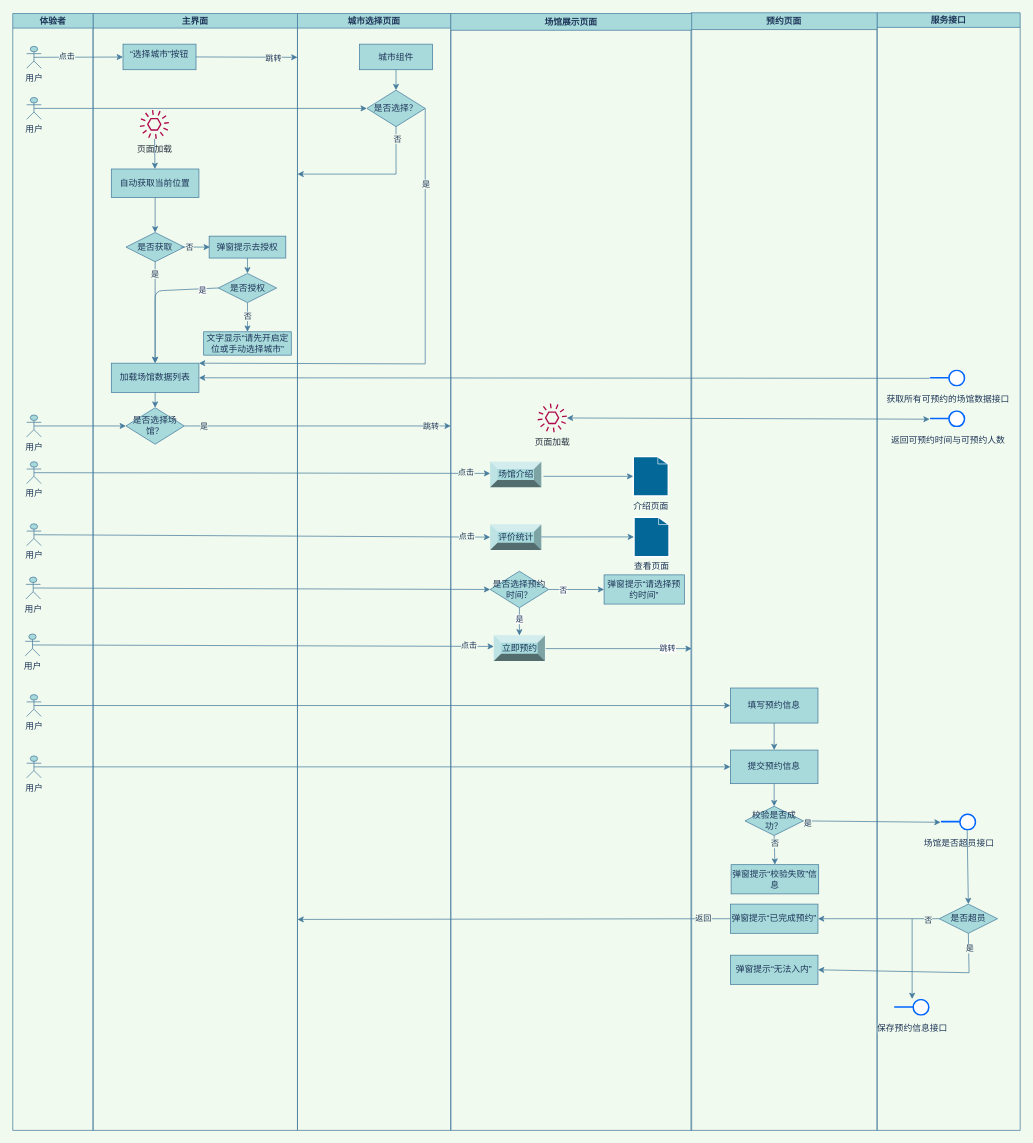
The draw.io diagram page "首页-选择城市-场馆展示-预约流程图" (1 of 9) of Untitled Diagram.drawio in LXX1029/process, before the edit. Source tidied: cells renumbered, new cells numbered last; positions are measured from the earlier drawing's top-left corner, leaving out a move shared by most shapes. Both pictures are drawn from the tidied source at 73%, with x=0, y=0 at pixel (12, 12).
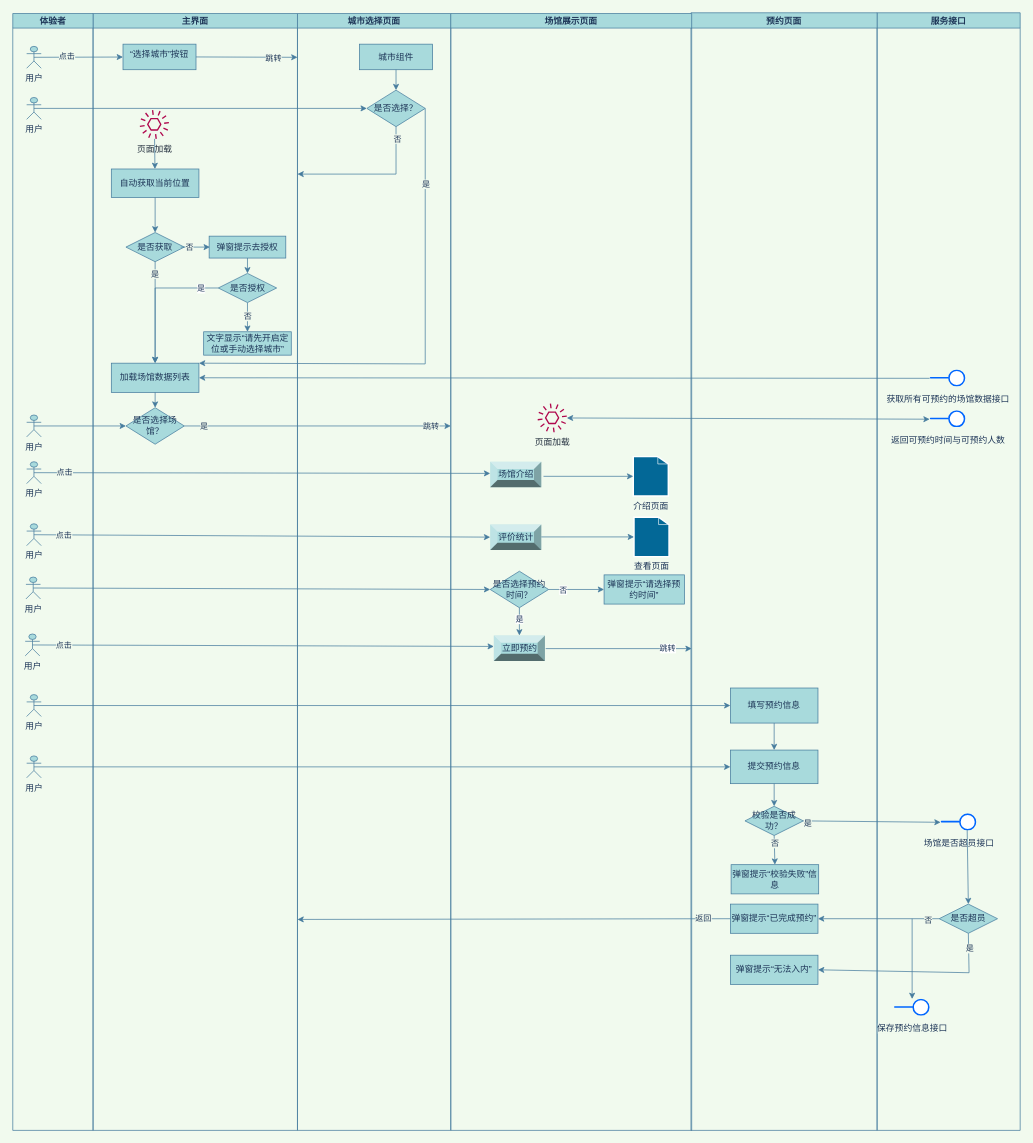
The same diagram, later.

Unchanged cells that the change refers to:
```xml
<mxCell id="42" value="主界面" style="swimlane;startSize=20;fillColor=#A8DADC;strokeColor=#457B9D;fontColor=#1D3557;" parent="1" vertex="1">
  <mxGeometry x="110" y="1" width="280" height="1530" as="geometry" />
</mxCell>
<mxCell id="44" value="加载场馆数据列表" style="rounded=0;whiteSpace=wrap;html=1;sketch=0;fontColor=#1D3557;strokeColor=#457B9D;fillColor=#A8DADC;" parent="42" vertex="1">
  <mxGeometry x="25" y="479" width="120" height="40" as="geometry" />
</mxCell>
<mxCell id="55" value="是否授权" style="rhombus;whiteSpace=wrap;html=1;rounded=0;sketch=0;fontColor=#1D3557;strokeColor=#457B9D;fillColor=#A8DADC;" parent="42" vertex="1">
  <mxGeometry x="171.5" y="356" width="80" height="40" as="geometry" />
</mxCell>
<mxCell id="89" style="endArrow=classic;html=1;rounded=0;exitX=0.5;exitY=0.5;exitDx=0;exitDy=0;exitPerimeter=0;labelBackgroundColor=#F1FAEE;strokeColor=#457B9D;fontColor=#1D3557;entryX=0;entryY=0.457;entryDx=0;entryDy=0;entryPerimeter=0;" parent="1" edge="1" source="70" target="80">
  <mxGeometry relative="1" as="geometry" />
</mxCell>
<mxCell id="93" style="endArrow=classic;html=1;rounded=0;exitX=0.5;exitY=0.5;exitDx=0;exitDy=0;exitPerimeter=0;labelBackgroundColor=#F1FAEE;strokeColor=#457B9D;fontColor=#1D3557;" parent="1" edge="1" source="71" target="81">
  <mxGeometry relative="1" as="geometry" />
</mxCell>
<mxCell id="101" style="endArrow=classic;html=1;rounded=0;exitX=0.5;exitY=0.5;exitDx=0;exitDy=0;exitPerimeter=0;labelBackgroundColor=#F1FAEE;strokeColor=#457B9D;fontColor=#1D3557;entryX=0;entryY=0.429;entryDx=0;entryDy=0;entryPerimeter=0;" parent="1" edge="1" source="100" target="86">
  <mxGeometry relative="1" as="geometry" />
</mxCell>
```

What changed in the source:
```diff
@@
-    <mxCell id="11" value="服务接口" style="swimlane;startSize=20;fillColor=#A8DADC;strokeColor=#457B9D;fontColor=#1D3557;" parent="1" vertex="1">
+    <mxCell id="11" value="服务接口" style="swimlane;startSize=21;fillColor=#A8DADC;strokeColor=#457B9D;fontColor=#1D3557;" parent="1" vertex="1">
       <mxGeometry x="1184" width="196" height="1531" as="geometry" />
     </mxCell>
@@
-    <mxCell id="19" value="预约页面" style="swimlane;fillColor=#A8DADC;strokeColor=#457B9D;fontColor=#1D3557;" parent="1" vertex="1">
+    <mxCell id="19" value="预约页面" style="swimlane;fillColor=#A8DADC;strokeColor=#457B9D;fontColor=#1D3557;startSize=21;" parent="1" vertex="1">
       <mxGeometry x="929" width="255" height="1531" as="geometry" />
     </mxCell>
@@
-    <mxCell id="60" style="endArrow=classic;html=1;rounded=1;sketch=0;fontColor=#1D3557;strokeColor=#457B9D;fillColor=#A8DADC;curved=0;jumpSize=1;exitX=0;exitY=0.5;exitDx=0;exitDy=0;entryX=0.5;entryY=0;entryDx=0;entryDy=0;" parent="42" edge="1" source="55" target="44">
+    <mxCell id="60" style="endArrow=classic;html=1;rounded=0;sketch=0;fontColor=#1D3557;strokeColor=#457B9D;fillColor=#A8DADC;jumpSize=1;exitX=0;exitY=0.5;exitDx=0;exitDy=0;entryX=0.5;entryY=0;entryDx=0;entryDy=0;" parent="42" edge="1" source="55" target="44">
       <mxGeometry relative="1" as="geometry">
         <Array as="points">
-          <mxPoint x="85" y="380" />
+          <mxPoint x="85" y="376" />
         </Array>
       </mxGeometry>
     </mxCell>
@@
-    <mxCell id="79" value="场馆展示页面" style="swimlane;fillColor=#A8DADC;strokeColor=#457B9D;fontColor=#1D3557;" parent="1" vertex="1">
+    <mxCell id="79" value="场馆展示页面" style="swimlane;fillColor=#A8DADC;strokeColor=#457B9D;fontColor=#1D3557;startSize=20;" parent="1" vertex="1">
       <mxGeometry x="600" y="1" width="330" height="1530" as="geometry" />
     </mxCell>
@@
     <mxCell id="90" value="点击" style="edgeLabel;html=1;align=center;verticalAlign=middle;labelBackgroundColor=#F1FAEE;fontColor=#1D3557;" parent="89" vertex="1">
-      <mxGeometry x="0.89" y="1" relative="1" as="geometry" />
+      <mxGeometry x="0.89" y="1" relative="1" as="geometry">
+        <mxPoint x="-550" as="offset" />
+      </mxGeometry>
     </mxCell>
@@
     <mxCell id="94" value="点击" style="edgeLabel;html=1;align=center;verticalAlign=middle;labelBackgroundColor=#F1FAEE;fontColor=#1D3557;" parent="93" vertex="1">
       <mxGeometry x="0.89" y="1" relative="1" as="geometry">
-        <mxPoint x="2" as="offset" />
+        <mxPoint x="-550" y="-2" as="offset" />
       </mxGeometry>
     </mxCell>
@@
     <mxCell id="102" value="点击" style="edgeLabel;html=1;align=center;verticalAlign=middle;labelBackgroundColor=#F1FAEE;fontColor=#1D3557;" parent="101" vertex="1">
-      <mxGeometry x="0.89" y="1" relative="1" as="geometry" />
+      <mxGeometry x="0.89" y="1" relative="1" as="geometry">
+        <mxPoint x="-555" y="-1" as="offset" />
+      </mxGeometry>
     </mxCell>
```
